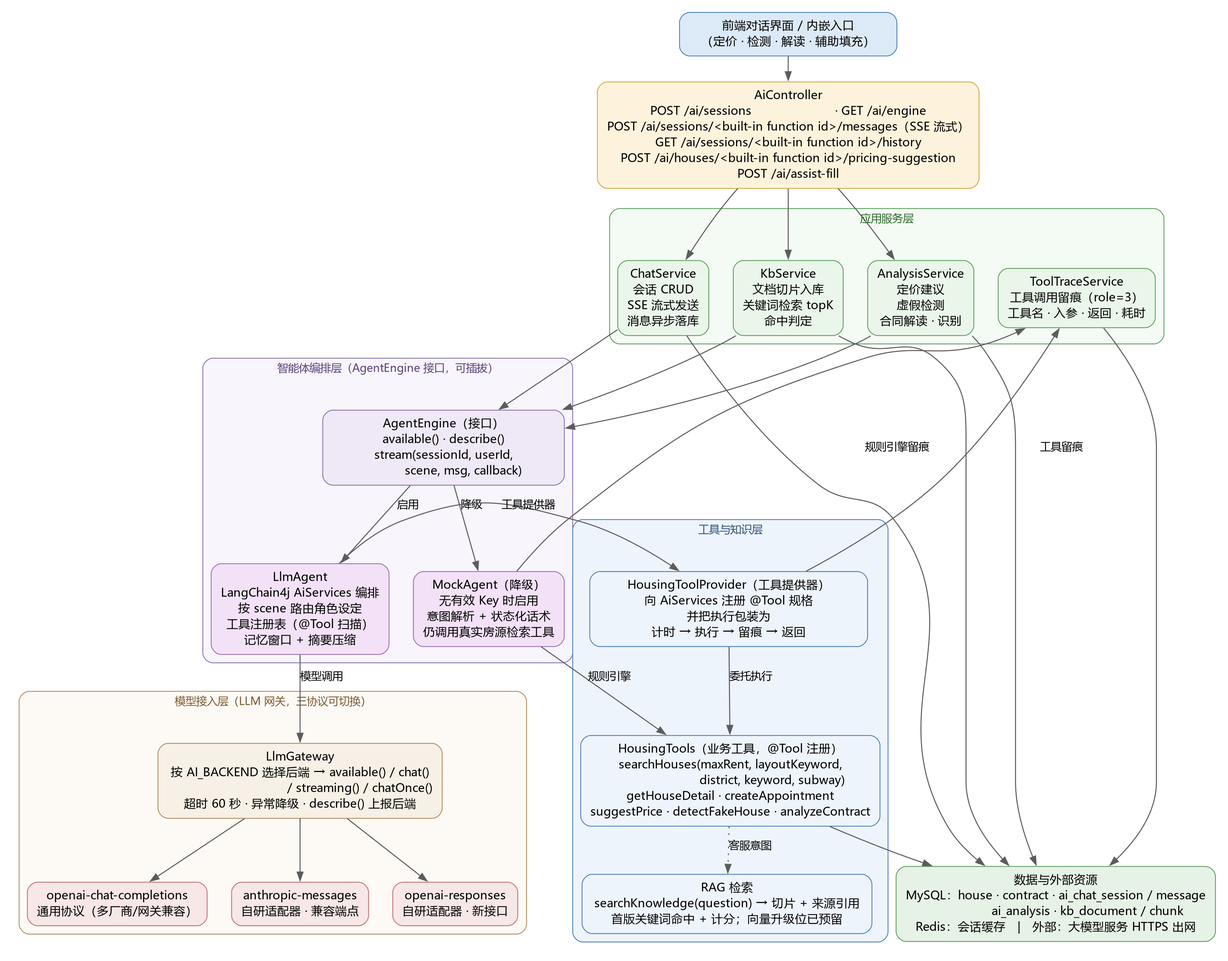
The Graphviz diagram doc/03.概要设计/assets/figures/fig_3_1_mod_ai_agent.png in chuanshanjia666/RentAgent, before a commit. Its source is kept beside it as doc/03.概要设计/assets/figures/fig_3_1_mod_ai_agent.dot.
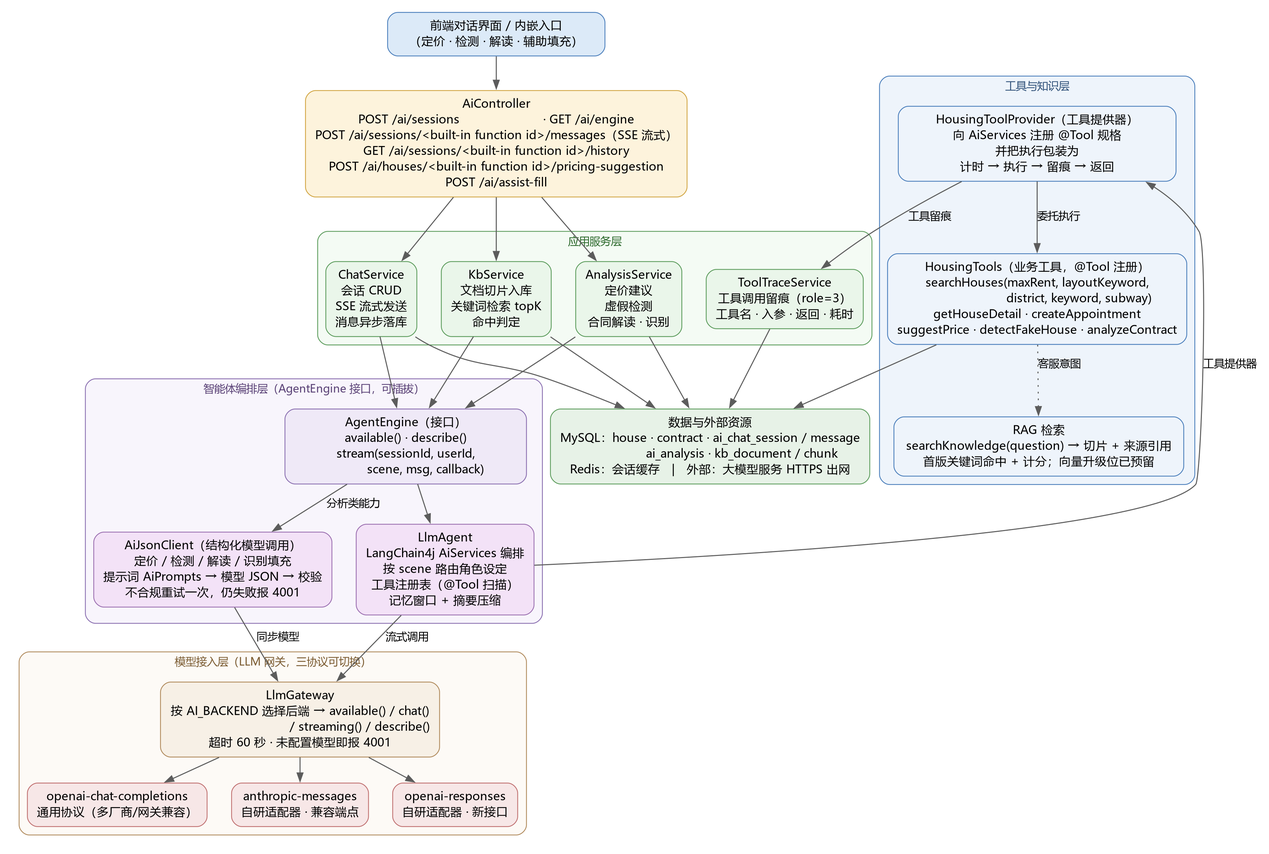
The same file after the commit.

The edit, as a diff of the source:
```diff
@@ -49,12 +49,12 @@
 工具注册表（@Tool 扫描）
 记忆窗口 + 摘要压缩",
          fillcolor="#f3e2f7", color="#9b6fb0"];
-    mck [label="MockAgent（降级）
-无有效 Key 时启用
-意图解析 + 状态化话术
-仍调用真实房源检索工具",
+    ajc [label="AiJsonClient（结构化模型调用）
+定价 / 检测 / 解读 / 识别填充
+提示词 AiPrompts → 模型 JSON → 校验
+不合规重试一次，仍失败报 4001",
          fillcolor="#f3e2f7", color="#9b6fb0"];
-    {rank=same; llm; mck;}
+    {rank=same; llm; ajc;}
   }
 
   subgraph cluster_gw {
@@ -62,8 +62,8 @@
     style="rounded,filled"; fillcolor="#fdfaf6"; color="#b08a5c"; margin=10;
     gw [label="LlmGateway
 按 AI_BACKEND 选择后端 → available() / chat()
-　　　　　　　　　　/ streaming() / chatOnce()
-超时 60 秒 · 异常降级 · describe() 上报后端",
+　　　　　　　　　　/ streaming() / describe()
+超时 60 秒 · 未配置模型即报 4001",
         fillcolor="#f7f0e6", color="#b08a5c", width=4.6];
     p1 [label="openai-chat-completions
 通用协议（多厂商/网关兼容）", fillcolor="#f7e7e7", color="#c07070"];
@@ -103,10 +103,10 @@
   ui -> ctrl;
   ctrl -> chat; ctrl -> kb; ctrl -> ana;
   chat -> api; kb -> api; ana -> api;
-  api -> llm [label="启用"]; api -> mck [label="降级"];
-  llm -> gw [label="模型调用"]; llm -> prov [label="工具提供器"];
+  api -> llm; api -> ajc [label="分析类能力"];
+  llm -> gw [label="流式调用"]; llm -> prov [label="工具提供器"];
   prov -> tools [label="委托执行"]; prov -> trace [label="工具留痕"];
-  mck -> tools [label="规则引擎"]; mck -> trace [label="规则引擎留痕"];
+  ajc -> gw [label="同步模型"];
   tools -> rag [style=dotted, label="客服意图"];
   gw -> p1; gw -> p2; gw -> p3;
   tools -> data; ana -> data; chat -> data; kb -> data; trace -> data;
```
